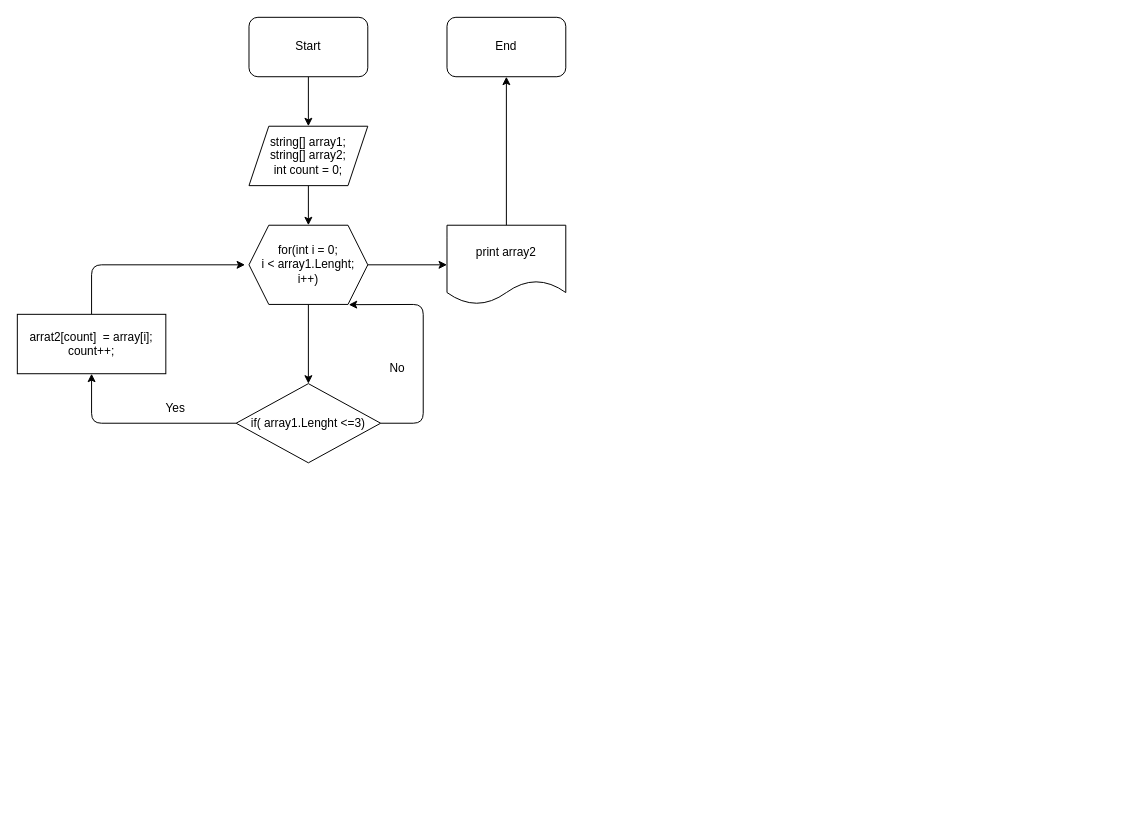
This is Diogramm.drawio from Demitel1/FinalTaskBlock1, a draw.io file, before an edit. Source tidied: cells renumbered, new cells numbered last; positions are measured from the earlier drawing's top-left corner, leaving out a move shared by most shapes. Both pictures are drawn from the tidied source at 99%, with x=0, y=0 at pixel (17, 17).
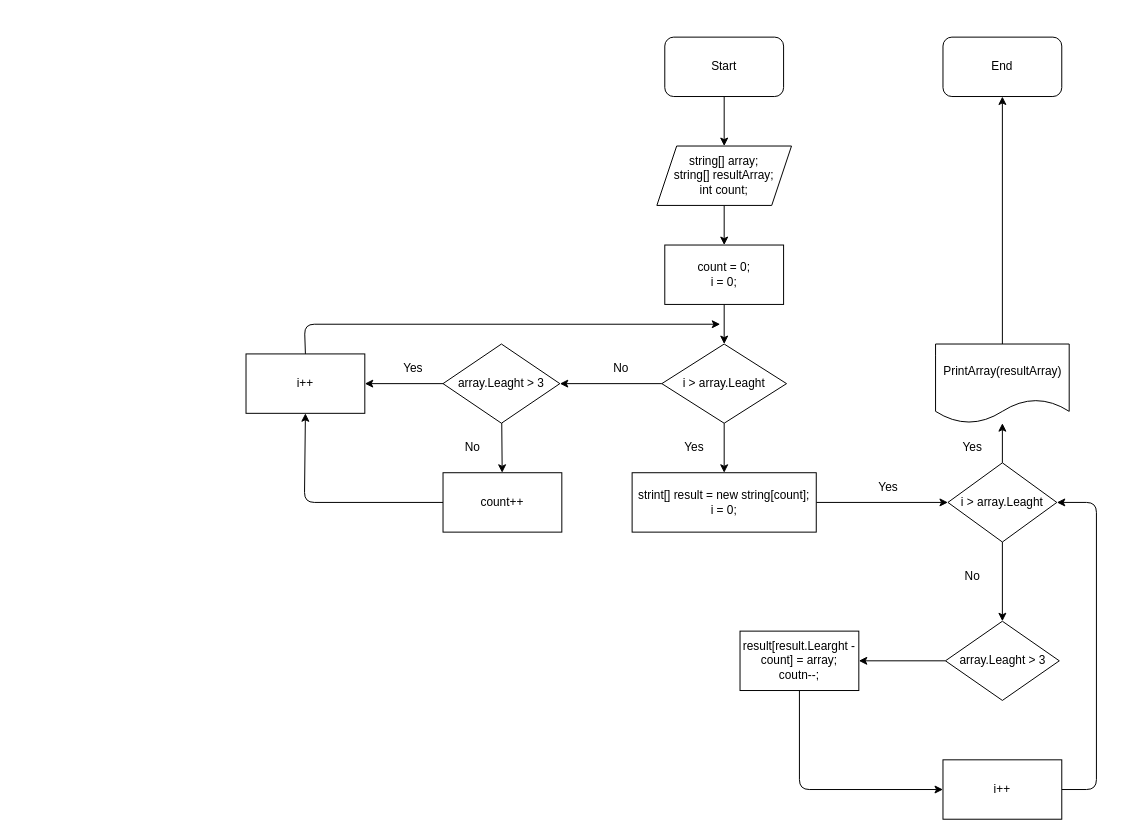
Above is the later version.

Commit message (it also covers changes not shown here):
Задача решена

The edit, as a diff of the source:
```diff
@@
     <mxCell id="3" value="Start" style="rounded=1;whiteSpace=wrap;html=1;" parent="1" vertex="1">
-      <mxGeometry x="234" width="120" height="60" as="geometry" />
+      <mxGeometry x="654" y="20" width="120" height="60" as="geometry" />
     </mxCell>
     <mxCell id="4" style="edgeStyle=none;html=1;" parent="1" edge="1" source="5">
       <mxGeometry relative="1" as="geometry">
-        <mxPoint x="294" y="210" as="targetPoint" />
+        <mxPoint x="714" y="230" as="targetPoint" />
       </mxGeometry>
     </mxCell>
-    <mxCell id="5" value="string[] array1;&lt;br&gt;string[] array2;&lt;br&gt;int count = 0;" style="shape=parallelogram;perimeter=parallelogramPerimeter;whiteSpace=wrap;html=1;fixedSize=1;" parent="1" vertex="1">
-      <mxGeometry x="234" y="110" width="120" height="60" as="geometry" />
+    <mxCell id="5" value="string[] array;&lt;br&gt;string[] resultArray;&lt;br&gt;int count;" style="shape=parallelogram;perimeter=parallelogramPerimeter;whiteSpace=wrap;html=1;fixedSize=1;" parent="1" vertex="1">
+      <mxGeometry x="646" y="130" width="136" height="60" as="geometry" />
     </mxCell>
-    <mxCell id="6" style="edgeStyle=none;html=1;" parent="1" edge="1" source="8" target="11">
-      <mxGeometry relative="1" as="geometry" />
-    </mxCell>
-    <mxCell id="7" style="edgeStyle=none;html=1;" parent="1" edge="1" source="8" target="15">
-      <mxGeometry relative="1" as="geometry" />
-    </mxCell>
-    <mxCell id="8" value="for(int i = 0;&lt;br&gt;i &amp;lt; array1.Lenght;&lt;br&gt;i++)" style="shape=hexagon;perimeter=hexagonPerimeter2;whiteSpace=wrap;html=1;fixedSize=1;" parent="1" vertex="1">
-      <mxGeometry x="234" y="210" width="120" height="80" as="geometry" />
-    </mxCell>
-    <mxCell id="9" style="edgeStyle=none;html=1;entryX=0.5;entryY=1;entryDx=0;entryDy=0;" parent="1" edge="1" source="11" target="13">
-      <mxGeometry relative="1" as="geometry">
-        <Array as="points">
-          <mxPoint x="75" y="410" />
-        </Array>
-      </mxGeometry>
-    </mxCell>
-    <mxCell id="10" style="edgeStyle=none;html=1;entryX=0.84;entryY=1.003;entryDx=0;entryDy=0;entryPerimeter=0;exitX=1;exitY=0.5;exitDx=0;exitDy=0;" parent="1" edge="1" source="11" target="8">
-      <mxGeometry relative="1" as="geometry">
-        <Array as="points">
-          <mxPoint x="410" y="410" />
-          <mxPoint x="410" y="290" />
-        </Array>
-      </mxGeometry>
-    </mxCell>
-    <mxCell id="11" value="if( array1.Lenght &amp;lt;=3)" style="rhombus;whiteSpace=wrap;html=1;" parent="1" vertex="1">
-      <mxGeometry x="221" y="370" width="146" height="80" as="geometry" />
-    </mxCell>
-    <mxCell id="12" style="edgeStyle=none;html=1;" parent="1" edge="1" source="13">
-      <mxGeometry relative="1" as="geometry">
-        <mxPoint x="230" y="250" as="targetPoint" />
-        <Array as="points">
-          <mxPoint x="75" y="250" />
-        </Array>
-      </mxGeometry>
-    </mxCell>
-    <mxCell id="13" value="arrat2[count]&amp;nbsp; = array[i];&lt;br&gt;count++;" style="rounded=0;whiteSpace=wrap;html=1;" parent="1" vertex="1">
-      <mxGeometry y="300" width="150" height="60" as="geometry" />
-    </mxCell>
-    <mxCell id="14" style="edgeStyle=none;html=1;" parent="1" edge="1" source="15" target="16">
-      <mxGeometry relative="1" as="geometry" />
-    </mxCell>
-    <mxCell id="15" value="print array2" style="shape=document;whiteSpace=wrap;html=1;boundedLbl=1;" parent="1" vertex="1">
-      <mxGeometry x="434" y="210" width="120" height="80" as="geometry" />
-    </mxCell>
+    <mxCell id="19" style="edgeStyle=none;html=1;" parent="1" edge="1" source="18" target="22">
+      <mxGeometry relative="1" as="geometry" />
+    </mxCell>
+    <mxCell id="18" value="count = 0;&lt;br&gt;i = 0;" style="rounded=0;whiteSpace=wrap;html=1;" parent="1" vertex="1">
+      <mxGeometry x="654" y="230" width="120" height="60" as="geometry" />
+    </mxCell>
+    <mxCell id="20" style="edgeStyle=none;html=1;" parent="1" edge="1" source="22" target="25">
+      <mxGeometry relative="1" as="geometry" />
+    </mxCell>
+    <mxCell id="21" style="edgeStyle=none;html=1;" parent="1" edge="1" source="22" target="31">
+      <mxGeometry relative="1" as="geometry" />
+    </mxCell>
+    <mxCell id="22" value="i &amp;gt; array.Leaght" style="rhombus;whiteSpace=wrap;html=1;" parent="1" vertex="1">
+      <mxGeometry x="651" y="330" width="126" height="80" as="geometry" />
+    </mxCell>
+    <mxCell id="23" style="edgeStyle=none;html=1;" parent="1" edge="1" source="25" target="27">
+      <mxGeometry relative="1" as="geometry" />
+    </mxCell>
+    <mxCell id="24" style="edgeStyle=none;html=1;" parent="1" edge="1" source="25" target="29">
+      <mxGeometry relative="1" as="geometry" />
+    </mxCell>
+    <mxCell id="25" value="array.Leaght &amp;gt; 3" style="rhombus;whiteSpace=wrap;html=1;" parent="1" vertex="1">
+      <mxGeometry x="430" y="330" width="118" height="80" as="geometry" />
+    </mxCell>
+    <mxCell id="26" style="edgeStyle=none;html=1;entryX=0.5;entryY=1;entryDx=0;entryDy=0;" parent="1" edge="1" source="27" target="29">
+      <mxGeometry relative="1" as="geometry">
+        <Array as="points">
+          <mxPoint x="290" y="490" />
+        </Array>
+      </mxGeometry>
+    </mxCell>
+    <mxCell id="27" value="count++" style="whiteSpace=wrap;html=1;" parent="1" vertex="1">
+      <mxGeometry x="430" y="460" width="120" height="60" as="geometry" />
+    </mxCell>
+    <mxCell id="28" style="edgeStyle=none;html=1;exitX=0.5;exitY=0;exitDx=0;exitDy=0;" parent="1" edge="1" source="29">
+      <mxGeometry relative="1" as="geometry">
+        <mxPoint x="710" y="310" as="targetPoint" />
+        <Array as="points">
+          <mxPoint x="290" y="310" />
+        </Array>
+      </mxGeometry>
+    </mxCell>
+    <mxCell id="29" value="i++" style="whiteSpace=wrap;html=1;" parent="1" vertex="1">
+      <mxGeometry x="231" y="340" width="120" height="60" as="geometry" />
+    </mxCell>
+    <mxCell id="30" style="edgeStyle=none;html=1;" parent="1" edge="1" source="31" target="34">
+      <mxGeometry relative="1" as="geometry" />
+    </mxCell>
+    <mxCell id="31" value="strint[] result = new string[count];&lt;br&gt;i = 0;" style="whiteSpace=wrap;html=1;" parent="1" vertex="1">
+      <mxGeometry x="621" y="460" width="186" height="60" as="geometry" />
+    </mxCell>
+    <mxCell id="32" style="edgeStyle=none;html=1;" parent="1" edge="1" source="34" target="36">
+      <mxGeometry relative="1" as="geometry" />
+    </mxCell>
+    <mxCell id="33" style="edgeStyle=none;html=1;" parent="1" edge="1" source="34" target="42">
+      <mxGeometry relative="1" as="geometry" />
+    </mxCell>
+    <mxCell id="34" value="i &amp;gt; array.Leaght" style="rhombus;whiteSpace=wrap;html=1;" parent="1" vertex="1">
+      <mxGeometry x="940" y="450" width="110" height="80" as="geometry" />
+    </mxCell>
+    <mxCell id="35" style="edgeStyle=none;html=1;" parent="1" edge="1" source="36" target="38">
+      <mxGeometry relative="1" as="geometry" />
+    </mxCell>
+    <mxCell id="36" value="array.Leaght &amp;gt; 3" style="rhombus;whiteSpace=wrap;html=1;" parent="1" vertex="1">
+      <mxGeometry x="937.5" y="610" width="115" height="80" as="geometry" />
+    </mxCell>
+    <mxCell id="37" style="edgeStyle=none;html=1;" parent="1" edge="1" source="38" target="40">
+      <mxGeometry relative="1" as="geometry">
+        <Array as="points">
+          <mxPoint x="790" y="780" />
+        </Array>
+      </mxGeometry>
+    </mxCell>
+    <mxCell id="38" value="result[result.Learght -count] = array;&lt;br&gt;coutn--;" style="whiteSpace=wrap;html=1;" parent="1" vertex="1">
+      <mxGeometry x="730" y="620" width="120" height="60" as="geometry" />
+    </mxCell>
+    <mxCell id="39" style="edgeStyle=none;html=1;entryX=1;entryY=0.5;entryDx=0;entryDy=0;exitX=1;exitY=0.5;exitDx=0;exitDy=0;" parent="1" edge="1" source="40" target="34">
+      <mxGeometry relative="1" as="geometry">
+        <Array as="points">
+          <mxPoint x="1090" y="780" />
+          <mxPoint x="1090" y="490" />
+        </Array>
+      </mxGeometry>
+    </mxCell>
+    <mxCell id="40" value="i++" style="whiteSpace=wrap;html=1;" parent="1" vertex="1">
+      <mxGeometry x="935" y="750" width="120" height="60" as="geometry" />
+    </mxCell>
+    <mxCell id="41" style="edgeStyle=none;html=1;entryX=0.5;entryY=1;entryDx=0;entryDy=0;" parent="1" edge="1" source="42" target="16">
+      <mxGeometry relative="1" as="geometry" />
+    </mxCell>
+    <mxCell id="42" value="PrintArray(resultArray)" style="shape=document;whiteSpace=wrap;html=1;boundedLbl=1;" parent="1" vertex="1">
+      <mxGeometry x="927.5" y="330" width="135" height="80" as="geometry" />
+    </mxCell>
     <mxCell id="16" value="End" style="rounded=1;whiteSpace=wrap;html=1;" parent="1" vertex="1">
-      <mxGeometry x="434" width="120" height="60" as="geometry" />
+      <mxGeometry x="935" y="20" width="120" height="60" as="geometry" />
     </mxCell>
-    <mxCell id="17" value="Yes" style="text;html=1;strokeColor=none;fillColor=none;align=center;verticalAlign=middle;whiteSpace=wrap;rounded=0;" parent="1" vertex="1">
-      <mxGeometry x="130" y="380" width="60" height="30" as="geometry" />
-    </mxCell>
-    <mxCell id="18" value="No" style="text;html=1;strokeColor=none;fillColor=none;align=center;verticalAlign=middle;whiteSpace=wrap;rounded=0;" parent="1" vertex="1">
-      <mxGeometry x="354" y="340" width="60" height="30" as="geometry" />
-    </mxCell>
+    <mxCell id="43" value="No" style="text;html=1;strokeColor=none;fillColor=none;align=center;verticalAlign=middle;whiteSpace=wrap;rounded=0;" parent="1" vertex="1">
+      <mxGeometry x="580" y="340" width="60" height="30" as="geometry" />
+    </mxCell>
+    <mxCell id="44" value="No" style="text;html=1;strokeColor=none;fillColor=none;align=center;verticalAlign=middle;whiteSpace=wrap;rounded=0;" parent="1" vertex="1">
+      <mxGeometry x="430" y="420" width="60" height="30" as="geometry" />
+    </mxCell>
+    <mxCell id="45" value="No" style="text;html=1;strokeColor=none;fillColor=none;align=center;verticalAlign=middle;whiteSpace=wrap;rounded=0;" parent="1" vertex="1">
+      <mxGeometry x="935" y="550" width="60" height="30" as="geometry" />
+    </mxCell>
+    <mxCell id="46" value="Yes" style="text;html=1;strokeColor=none;fillColor=none;align=center;verticalAlign=middle;whiteSpace=wrap;rounded=0;" parent="1" vertex="1">
+      <mxGeometry x="654" y="420" width="60" height="30" as="geometry" />
+    </mxCell>
+    <mxCell id="47" value="Yes" style="text;html=1;strokeColor=none;fillColor=none;align=center;verticalAlign=middle;whiteSpace=wrap;rounded=0;" parent="1" vertex="1">
+      <mxGeometry x="850" y="460" width="60" height="30" as="geometry" />
+    </mxCell>
+    <mxCell id="48" value="Yes" style="text;html=1;strokeColor=none;fillColor=none;align=center;verticalAlign=middle;whiteSpace=wrap;rounded=0;" parent="1" vertex="1">
+      <mxGeometry x="935" y="420" width="60" height="30" as="geometry" />
+    </mxCell>
+    <mxCell id="49" value="Yes" style="text;html=1;strokeColor=none;fillColor=none;align=center;verticalAlign=middle;whiteSpace=wrap;rounded=0;" parent="1" vertex="1">
+      <mxGeometry x="370" y="340" width="60" height="30" as="geometry" />
+    </mxCell>
```
